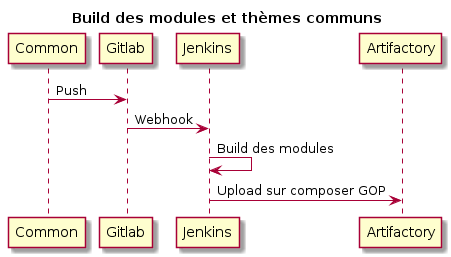
sylvainmetayer/epsi-memoire keeps this PlantUML diagram as img/modules.png. Above is the earlier version.
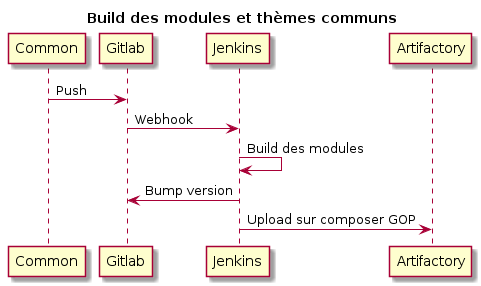
The same diagram one commit later.

What changed in the source:
```diff
@@ -3,5 +3,6 @@
 Common -> Gitlab : Push
 Gitlab -> Jenkins : Webhook
 Jenkins -> Jenkins : Build des modules
+Jenkins -> Gitlab: Bump version
 Jenkins -> Artifactory : Upload sur composer GOP
 @enduml
```
